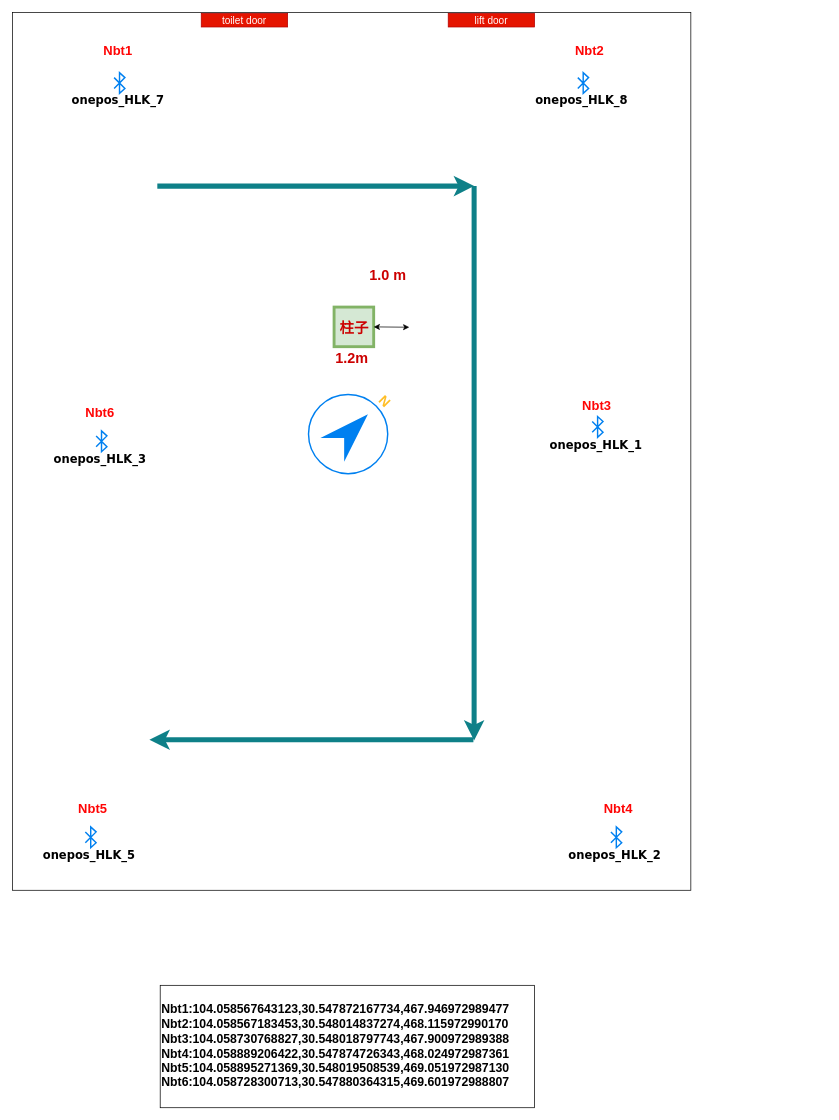
Above: page "第 4 页" (4 of 4) of TotalStation/位置信息标注.drawio in Joiner12/Position (draw.io), before the change. Source tidied: cells renumbered, new cells numbered last; positions are measured from the earlier drawing's top-left corner, leaving out a move shared by most shapes. Both pictures are drawn from the tidied source at 72%, with x=0, y=0 at pixel (12, 12).
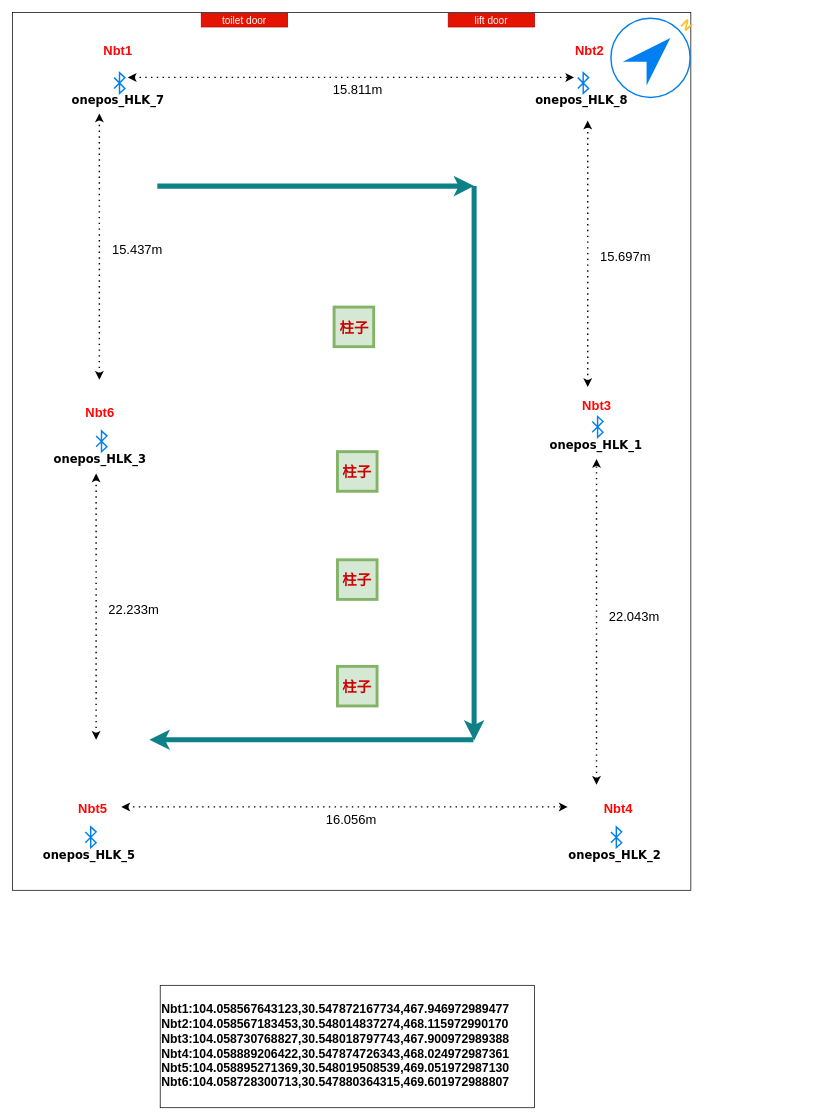
Above is the later version.

Commit message (it also covers changes not shown here):
标注新的坐标

Unchanged cells that the change refers to:
```xml
<mxCell id="4" style="group;" parent="3" vertex="1">
  <mxGeometry x="-112" y="-69" width="942" height="1219" as="geometry" />
</mxCell>
<mxCell id="6" value="柱子" style="whiteSpace=wrap;html=1;fillColor=#d5e8d4;strokeColor=#82b366;strokeWidth=4;fontStyle=1;fontSize=20;fontColor=#CC0000;" parent="4" vertex="1">
  <mxGeometry x="445.5" y="409" width="55" height="55" as="geometry" />
</mxCell>
```

The edit, as a diff of the source:
```diff
@@
-    <mxCell id="7" value="1.2m" style="text;html=1;align=center;verticalAlign=middle;strokeWidth=4;fontStyle=1;fontSize=20;fontColor=#CC0000;" parent="4" vertex="1">
-      <mxGeometry x="440" y="464" width="60" height="30" as="geometry" />
-    </mxCell>
@@
-    <mxCell id="31" value="1.0 m" style="text;html=1;align=center;verticalAlign=middle;strokeWidth=4;fontStyle=1;fontSize=20;fontColor=#CC0000;" parent="4" vertex="1">
-      <mxGeometry x="485" y="349" width="70" height="30" as="geometry" />
-    </mxCell>
     <mxCell id="32" style="group;" parent="4" vertex="1">
-      <mxGeometry x="410" y="530.4" width="120" height="110" as="geometry" />
+      <mxGeometry x="830" y="7.8" width="120" height="110" as="geometry" />
     </mxCell>
@@
-    <mxCell id="42" style="endArrow=classic;startArrow=classic;html=1;strokeWidth=1;fontSize=14;fontColor=#FFBE26;exitX=1;exitY=0.5;exitDx=0;exitDy=0;" parent="1" edge="1" source="6">
-      <mxGeometry relative="1" as="geometry">
-        <mxPoint x="551" y="437" as="targetPoint" />
-      </mxGeometry>
-    </mxCell>
+    <mxCell id="47" value="柱子" style="whiteSpace=wrap;html=1;fillColor=#d5e8d4;strokeColor=#82b366;strokeWidth=4;fontStyle=1;fontSize=20;fontColor=#CC0000;" parent="4" vertex="1">
+      <mxGeometry x="450.2" y="609.8" width="55" height="55" as="geometry" />
+    </mxCell>
+    <mxCell id="48" value="15.811m" style="text;html=1;strokeColor=none;fillColor=none;align=center;verticalAlign=middle;whiteSpace=wrap;rounded=0;fontSize=18;" parent="4" vertex="1">
+      <mxGeometry x="445.5" y="97.8" width="64.5" height="20" as="geometry" />
+    </mxCell>
+    <mxCell id="49" value="16.056m" style="text;html=1;strokeColor=none;fillColor=none;align=center;verticalAlign=middle;whiteSpace=wrap;rounded=0;fontSize=18;" parent="4" vertex="1">
+      <mxGeometry x="436.5" y="1111" width="64.5" height="20" as="geometry" />
+    </mxCell>
+    <mxCell id="50" style="endArrow=classic;dashed=1;html=1;dashPattern=1 3;strokeWidth=2;startArrow=classic;startFill=1;endFill=1;" parent="4" edge="1">
+      <mxGeometry relative="1" as="geometry">
+        <mxPoint x="150" y="1103.2" as="sourcePoint" />
+        <mxPoint x="770" y="1103.2" as="targetPoint" />
+      </mxGeometry>
+    </mxCell>
+    <mxCell id="51" style="endArrow=classic;dashed=1;html=1;dashPattern=1 3;strokeWidth=2;startArrow=classic;startFill=1;endFill=1;" parent="4" edge="1">
+      <mxGeometry relative="1" as="geometry">
+        <mxPoint x="797.8" y="520" as="sourcePoint" />
+        <mxPoint x="797.8" y="150" as="targetPoint" />
+      </mxGeometry>
+    </mxCell>
+    <mxCell id="52" value="15.697m" style="text;html=1;strokeColor=none;fillColor=none;align=center;verticalAlign=middle;whiteSpace=wrap;rounded=0;fontSize=18;" parent="4" vertex="1">
+      <mxGeometry x="817.8" y="330" width="64.5" height="20" as="geometry" />
+    </mxCell>
+    <mxCell id="53" style="endArrow=classic;dashed=1;html=1;dashPattern=1 3;strokeWidth=2;startArrow=classic;startFill=1;endFill=1;" parent="4" edge="1">
+      <mxGeometry relative="1" as="geometry">
+        <mxPoint x="810" y="1072.5" as="sourcePoint" />
+        <mxPoint x="810" y="620" as="targetPoint" />
+      </mxGeometry>
+    </mxCell>
+    <mxCell id="54" value="22.043m" style="text;html=1;strokeColor=none;fillColor=none;align=center;verticalAlign=middle;whiteSpace=wrap;rounded=0;fontSize=18;" parent="4" vertex="1">
+      <mxGeometry x="830" y="830" width="64.5" height="20" as="geometry" />
+    </mxCell>
+    <mxCell id="55" value="柱子" style="whiteSpace=wrap;html=1;fillColor=#d5e8d4;strokeColor=#82b366;strokeWidth=4;fontStyle=1;fontSize=20;fontColor=#CC0000;" parent="4" vertex="1">
+      <mxGeometry x="450.2" y="908" width="55" height="55" as="geometry" />
+    </mxCell>
+    <mxCell id="56" value="柱子" style="whiteSpace=wrap;html=1;fillColor=#d5e8d4;strokeColor=#82b366;strokeWidth=4;fontStyle=1;fontSize=20;fontColor=#CC0000;" parent="4" vertex="1">
+      <mxGeometry x="450.2" y="760" width="55" height="55" as="geometry" />
+    </mxCell>
@@
+    <mxCell id="57" style="endArrow=classic;dashed=1;html=1;dashPattern=1 3;strokeWidth=2;startArrow=classic;startFill=1;endFill=1;" parent="1" edge="1">
+      <mxGeometry x="1273" y="-1059" as="geometry">
+        <mxPoint x="160" y="90" as="sourcePoint" />
+        <mxPoint x="780" y="90" as="targetPoint" />
+      </mxGeometry>
+    </mxCell>
+    <mxCell id="58" style="endArrow=classic;dashed=1;html=1;dashPattern=1 3;strokeWidth=2;startArrow=classic;startFill=1;endFill=1;" parent="1" edge="1">
+      <mxGeometry x="1273" y="-1059" as="geometry">
+        <mxPoint x="120.5" y="510" as="sourcePoint" />
+        <mxPoint x="120.5" y="140" as="targetPoint" />
+      </mxGeometry>
+    </mxCell>
+    <mxCell id="59" value="15.437m" style="text;html=1;strokeColor=none;fillColor=none;align=center;verticalAlign=middle;whiteSpace=wrap;rounded=0;fontSize=18;" parent="1" vertex="1">
+      <mxGeometry x="140.5" y="320" width="64.5" height="20" as="geometry" />
+    </mxCell>
+    <mxCell id="60" style="endArrow=classic;dashed=1;html=1;dashPattern=1 3;strokeWidth=2;startArrow=classic;startFill=1;endFill=1;" parent="1" edge="1">
+      <mxGeometry x="1273" y="-1059" as="geometry">
+        <mxPoint x="116" y="1010" as="sourcePoint" />
+        <mxPoint x="116" y="640" as="targetPoint" />
+      </mxGeometry>
+    </mxCell>
+    <mxCell id="61" value="22.233m" style="text;html=1;strokeColor=none;fillColor=none;align=center;verticalAlign=middle;whiteSpace=wrap;rounded=0;fontSize=18;" parent="1" vertex="1">
+      <mxGeometry x="136" y="820" width="64.5" height="20" as="geometry" />
+    </mxCell>
```
